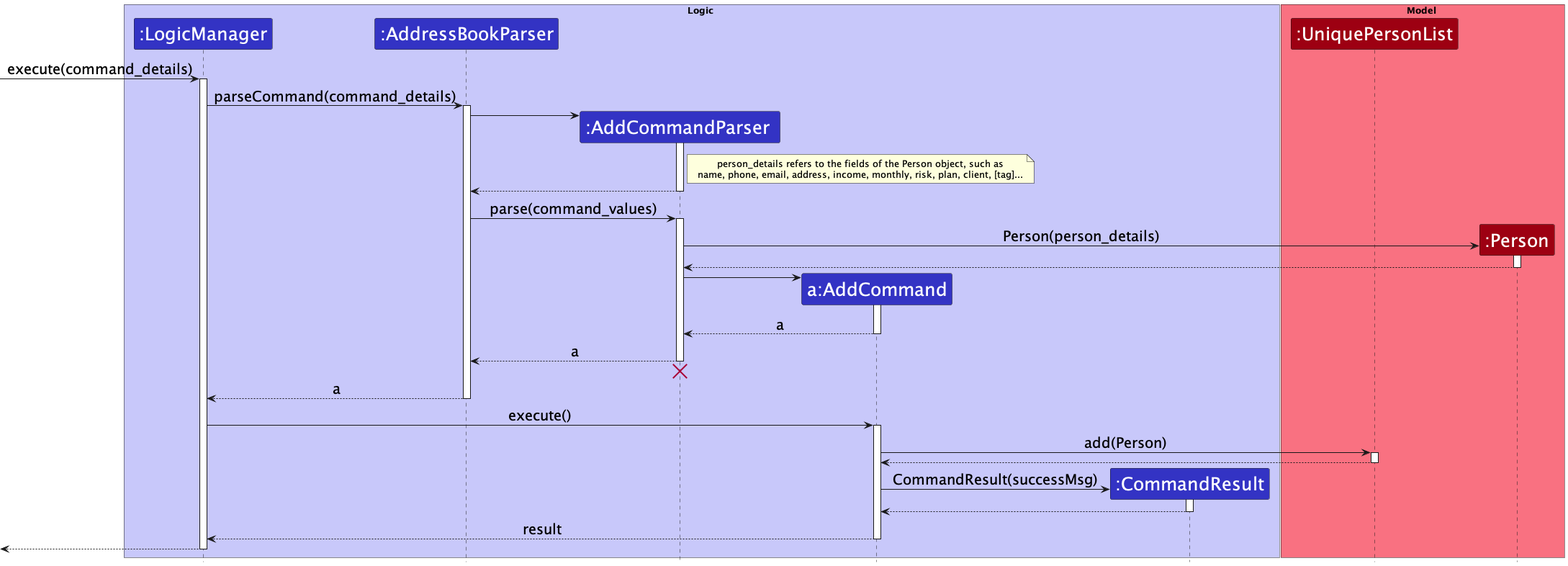
Above: docs/images/AddCommandSequenceDiagram.png in nus-cs2103-AY2223S1/tp (PlantUML), before the change.
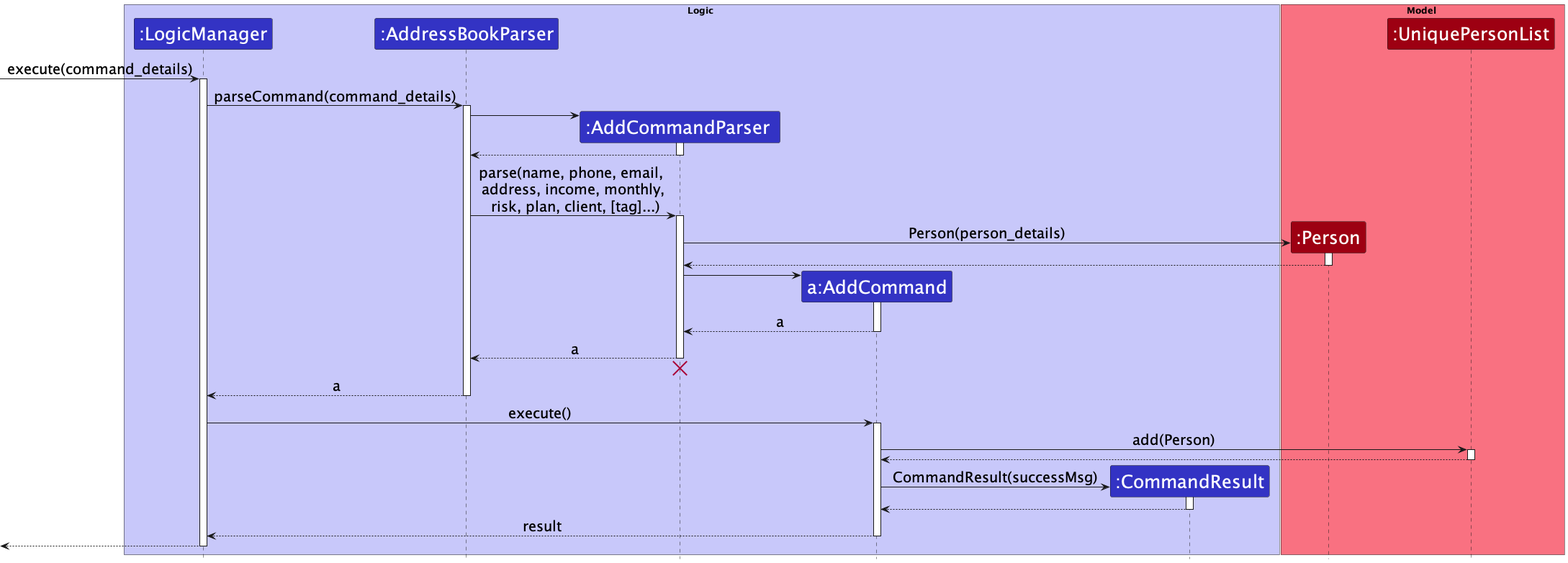
The same diagram one commit later.

The edit, as a diff of the source:
```diff
@@ -16,8 +16,8 @@
 end box
 
 box Model MODEL_COLOR_T1
+participant ":Person" as Person MODEL_COLOR
 participant ":UniquePersonList" as UniquePersonList MODEL_COLOR
-participant ":Person" as Person MODEL_COLOR
 end box
 
 [-> LogicManager : execute(command_details)
@@ -30,15 +30,10 @@
 AddressBookParser -> AddCommandParser
 activate AddCommandParser
 
-note right of AddCommandParser
-  person_details refers to the fields of the Person object, such as
-  name, phone, email, address, income, monthly, risk, plan, client, [tag]...
-end note
-
 AddCommandParser  --> AddressBookParser
 deactivate AddCommandParser
 
-AddressBookParser -> AddCommandParser  : parse(command_values)
+AddressBookParser -> AddCommandParser  : parse(name, phone, email, \n address, income, monthly, \n risk, plan, client, [tag]...)
 activate AddCommandParser
 
 create Person
```
